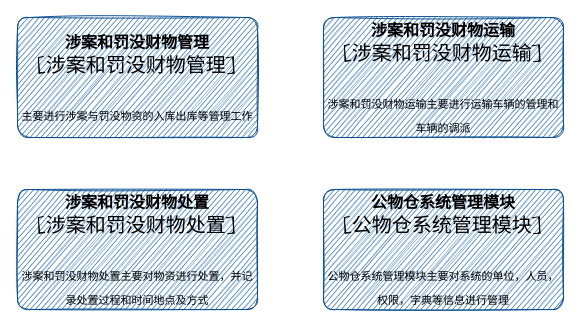
Before: page "智能仓库平台架构整体规划" (2 of 2) of 仓库管理.drawio in chensiyu123456/drawio-files, a draw.io diagram. Source tidied: cells renumbered, new cells numbered last; positions are measured from the earlier drawing's top-left corner, leaving out a move shared by most shapes. Both pictures are drawn from the tidied source at 100%, with x=0, y=0 at pixel (17, 17).
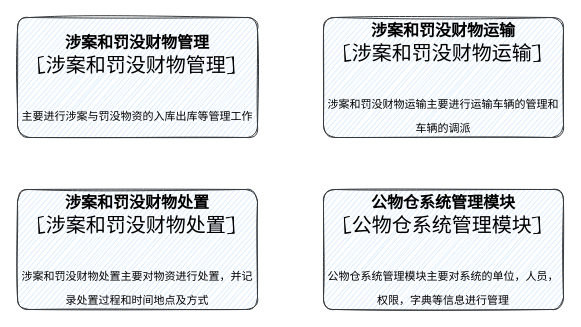
After the change.

Commit message:
更新仓库管理.drawio

What changed in the source:
```diff
@@
 <mxGraphModel>
   <root>
     <mxCell id="0" />
     <mxCell id="1" parent="0" />
     <object id="2" label="&lt;font style=&quot;font-size: 16px&quot;&gt;&lt;b&gt;%c4Name%&lt;/b&gt;&lt;/font&gt;&lt;div&gt;[%c4Type%]&lt;/div&gt;&lt;br&gt;&lt;div&gt;&lt;font style=&quot;font-size: 11px&quot;&gt;&lt;font&gt;%c4Description%&lt;/font&gt;&lt;/font&gt;&lt;/div&gt;" c4Description="主要进行涉案与罚没物资的入库出库等管理工作" c4Name="涉案和罚没财物管理" c4Type="涉案和罚没财物管理" placeholders="1">
-      <mxCell style="rounded=1;whiteSpace=wrap;html=1;labelBackgroundColor=none;fillColor=#1061B0;fontColor=#000000;align=center;arcSize=10;strokeColor=#0D5091;sketch=1;hachureGap=4;fontFamily=Architects Daughter;fontSize=20;" parent="1" vertex="1">
+      <mxCell style="rounded=1;whiteSpace=wrap;html=1;labelBackgroundColor=none;fillColor=#cce5ff;align=center;arcSize=10;strokeColor=#36393d;sketch=1;hachureGap=4;fontFamily=Architects Daughter;fontSize=20;" parent="1" vertex="1">
         <mxGeometry width="240" height="120" as="geometry" />
       </mxCell>
     </object>
     <object id="3" label="&lt;font style=&quot;font-size: 16px&quot;&gt;&lt;b&gt;%c4Name%&lt;/b&gt;&lt;/font&gt;&lt;div&gt;[%c4Type%]&lt;/div&gt;&lt;br&gt;&lt;div&gt;&lt;font style=&quot;font-size: 11px&quot;&gt;&lt;font&gt;%c4Description%&lt;/font&gt;&lt;/font&gt;&lt;/div&gt;" c4Description="涉案和罚没财物处置主要对物资进行处置，并记录处置过程和时间地点及方式" c4Name="涉案和罚没财物处置" c4Type="涉案和罚没财物处置" placeholders="1">
-      <mxCell style="rounded=1;whiteSpace=wrap;html=1;labelBackgroundColor=none;fillColor=#1061B0;fontColor=#000000;align=center;arcSize=10;strokeColor=#0D5091;sketch=1;hachureGap=4;fontFamily=Architects Daughter;fontSize=20;" parent="1" vertex="1">
+      <mxCell style="rounded=1;whiteSpace=wrap;html=1;labelBackgroundColor=none;fillColor=#cce5ff;align=center;arcSize=10;strokeColor=#36393d;sketch=1;hachureGap=4;fontFamily=Architects Daughter;fontSize=20;" parent="1" vertex="1">
         <mxGeometry y="172" width="240" height="120" as="geometry" />
       </mxCell>
     </object>
     <object id="4" label="&lt;font style=&quot;font-size: 16px&quot;&gt;&lt;b&gt;%c4Name%&lt;/b&gt;&lt;/font&gt;&lt;div&gt;[%c4Type%]&lt;/div&gt;&lt;br&gt;&lt;div&gt;&lt;font style=&quot;font-size: 11px&quot;&gt;&lt;font&gt;%c4Description%&lt;/font&gt;&lt;/font&gt;&lt;/div&gt;" c4Description="涉案和罚没财物运输主要进行运输车辆的管理和车辆的调派" c4Name="涉案和罚没财物运输" c4Type="涉案和罚没财物运输" placeholders="1">
-      <mxCell style="rounded=1;whiteSpace=wrap;html=1;labelBackgroundColor=none;fillColor=#1061B0;fontColor=#000000;align=center;arcSize=10;strokeColor=#0D5091;sketch=1;hachureGap=4;fontFamily=Architects Daughter;fontSize=20;" parent="1" vertex="1">
+      <mxCell style="rounded=1;whiteSpace=wrap;html=1;labelBackgroundColor=none;fillColor=#cce5ff;align=center;arcSize=10;strokeColor=#36393d;sketch=1;hachureGap=4;fontFamily=Architects Daughter;fontSize=20;" parent="1" vertex="1">
         <mxGeometry x="306" width="240" height="120" as="geometry" />
       </mxCell>
     </object>
     <object id="5" label="&lt;font style=&quot;font-size: 16px&quot;&gt;&lt;b&gt;%c4Name%&lt;/b&gt;&lt;/font&gt;&lt;div&gt;[%c4Type%]&lt;/div&gt;&lt;br&gt;&lt;div&gt;&lt;font style=&quot;font-size: 11px&quot;&gt;&lt;font&gt;%c4Description%&lt;/font&gt;&lt;/font&gt;&lt;/div&gt;" c4Description="公物仓系统管理模块主要对系统的单位，人员，权限，字典等信息进行管理" c4Name="公物仓系统管理模块" c4Type="公物仓系统管理模块" placeholders="1">
-      <mxCell style="rounded=1;whiteSpace=wrap;html=1;labelBackgroundColor=none;fillColor=#1061B0;fontColor=#000000;align=center;arcSize=10;strokeColor=#0D5091;sketch=1;hachureGap=4;fontFamily=Architects Daughter;fontSize=20;" parent="1" vertex="1">
+      <mxCell style="rounded=1;whiteSpace=wrap;html=1;labelBackgroundColor=none;fillColor=#cce5ff;align=center;arcSize=10;strokeColor=#36393d;sketch=1;hachureGap=4;fontFamily=Architects Daughter;fontSize=20;" parent="1" vertex="1">
         <mxGeometry x="306" y="172" width="240" height="120" as="geometry" />
       </mxCell>
     </object>
   </root>
 </mxGraphModel>
```
